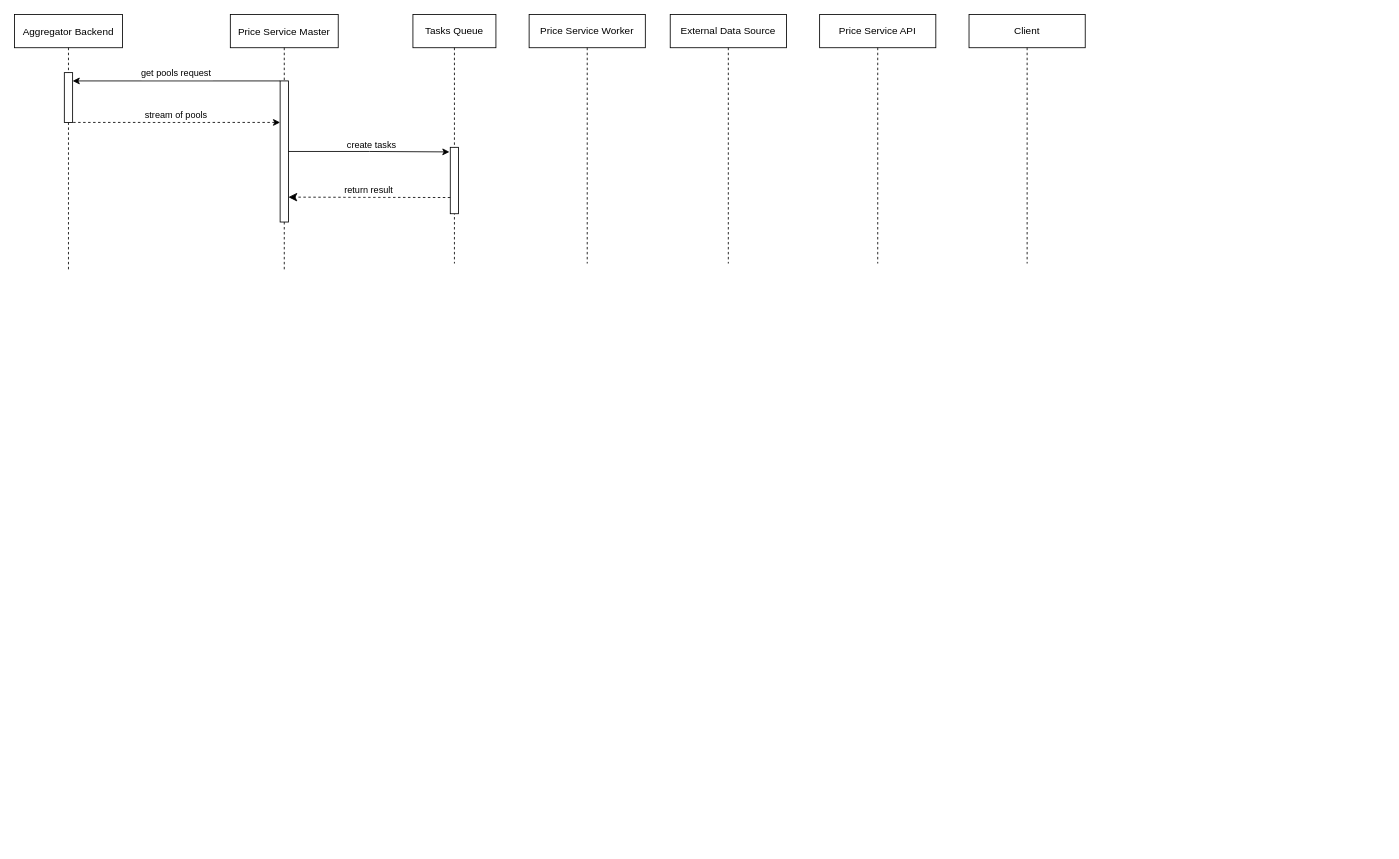
Above: Handle no price sequence diagram.drawio in piavgh/draw.io-data (draw.io), before the change. Source tidied: cells renumbered, new cells numbered last; positions are measured from the earlier drawing's top-left corner, leaving out a move shared by most shapes. Both pictures are drawn from the tidied source at 83%, with x=0, y=0 at pixel (14, 14).
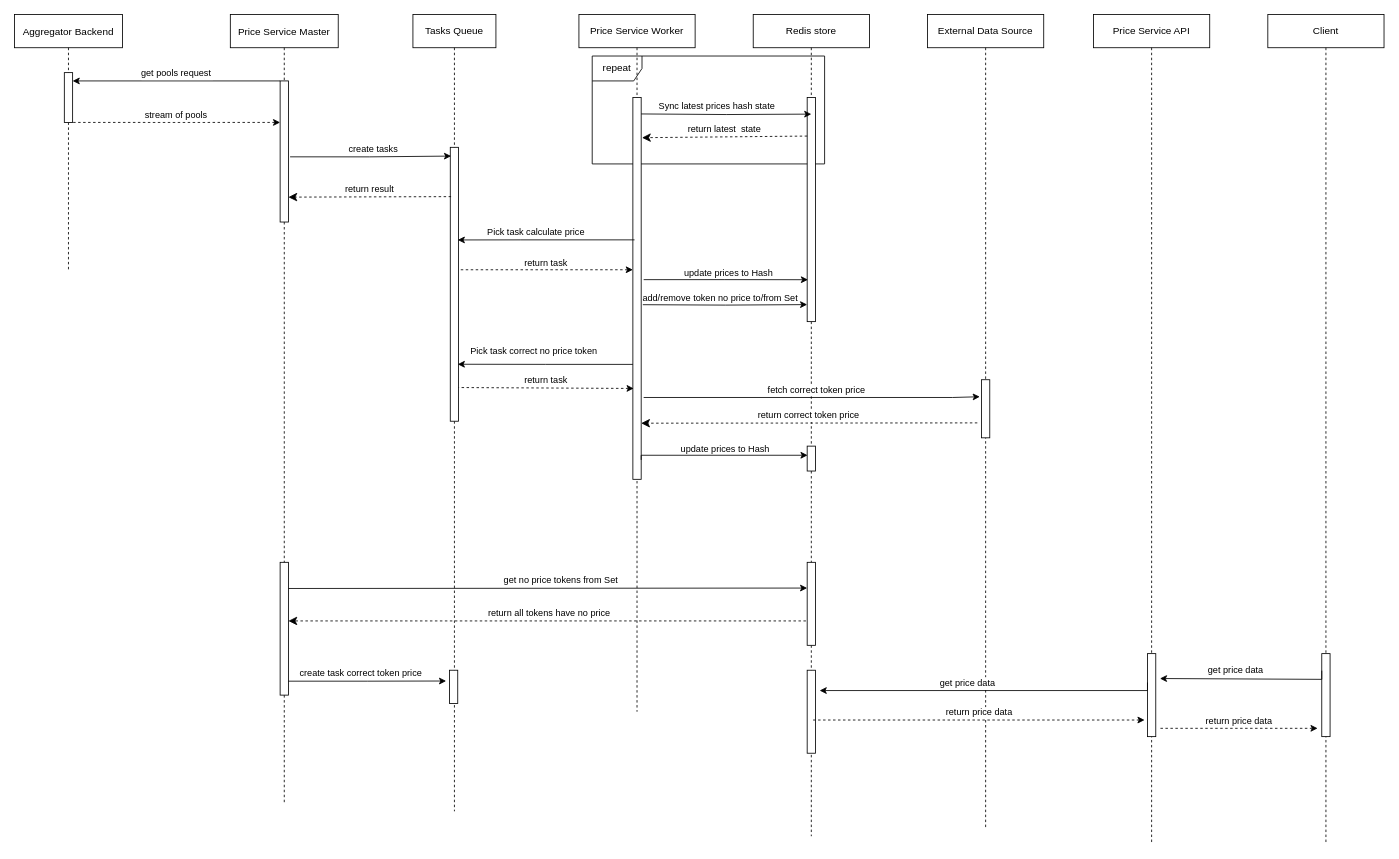
After the change.

Unchanged cells that the change refers to:
```xml
<mxCell id="5" style="points=[];perimeter=orthogonalPerimeter;rounded=0;shadow=0;strokeWidth=1;" parent="4" vertex="1">
  <mxGeometry x="60" y="80" width="10" height="170" as="geometry" />
</mxCell>
```

What changed in the source:
```diff
@@
+    <mxCell id="17" value="repeat" style="shape=umlFrame;whiteSpace=wrap;html=1;" parent="1" vertex="1">
+      <mxGeometry x="696" y="50" width="280" height="130" as="geometry" />
+    </mxCell>
@@
     <mxCell id="4" value="Price Service Master" style="shape=umlLifeline;perimeter=lifelinePerimeter;rounded=0;shadow=0;strokeWidth=1;" parent="1" vertex="1">
-      <mxGeometry x="260" width="130" height="310" as="geometry" />
+      <mxGeometry x="260" width="130" height="950" as="geometry" />
     </mxCell>
@@
+    <mxCell id="18" style="html=1;points=[];perimeter=orthogonalPerimeter;" parent="4" vertex="1">
+      <mxGeometry x="60" y="660" width="10" height="160" as="geometry" />
+    </mxCell>
@@
     <mxCell id="8" value="Tasks Queue" style="shape=umlLifeline;perimeter=lifelinePerimeter;whiteSpace=wrap;html=1;" parent="1" vertex="1">
-      <mxGeometry x="480" width="100" height="300" as="geometry" />
+      <mxGeometry x="480" width="100" height="960" as="geometry" />
     </mxCell>
     <mxCell id="9" style="html=1;points=[];perimeter=orthogonalPerimeter;" parent="8" vertex="1">
-      <mxGeometry x="45" y="160" width="10" height="80" as="geometry" />
+      <mxGeometry x="45" y="160" width="10" height="330" as="geometry" />
     </mxCell>
+    <mxCell id="19" value="return all tokens have no price" style="verticalAlign=bottom;endArrow=classic;dashed=1;endSize=8;shadow=0;strokeWidth=1;startArrow=none;startFill=0;endFill=1;" parent="8" edge="1" source="27">
+      <mxGeometry relative="1" as="geometry">
+        <mxPoint x="-150" y="730.6" as="targetPoint" />
+      </mxGeometry>
+    </mxCell>
     <mxCell id="10" value="Price Service Worker" style="shape=umlLifeline;perimeter=lifelinePerimeter;whiteSpace=wrap;html=1;" parent="1" vertex="1">
-      <mxGeometry x="620" width="140" height="300" as="geometry" />
+      <mxGeometry x="680" width="140" height="840" as="geometry" />
     </mxCell>
+    <mxCell id="20" style="html=1;points=[];perimeter=orthogonalPerimeter;" parent="10" vertex="1">
+      <mxGeometry x="65" y="100" width="10" height="460" as="geometry" />
+    </mxCell>
     <mxCell id="11" value="Price Service API" style="shape=umlLifeline;perimeter=lifelinePerimeter;whiteSpace=wrap;html=1;" parent="1" vertex="1">
-      <mxGeometry x="970" width="140" height="300" as="geometry" />
+      <mxGeometry x="1300" width="140" height="1000" as="geometry" />
     </mxCell>
+    <mxCell id="21" style="html=1;perimeter=orthogonalPerimeter;" parent="11" vertex="1">
+      <mxGeometry x="65" y="770" width="10" height="100" as="geometry" />
+    </mxCell>
     <mxCell id="12" value="External Data Source" style="shape=umlLifeline;perimeter=lifelinePerimeter;whiteSpace=wrap;html=1;" parent="1" vertex="1">
-      <mxGeometry x="790" width="140" height="300" as="geometry" />
+      <mxGeometry x="1100" width="140" height="980" as="geometry" />
     </mxCell>
+    <mxCell id="22" style="html=1;perimeter=orthogonalPerimeter;" parent="12" vertex="1">
+      <mxGeometry x="65" y="440" width="10" height="70" as="geometry" />
+    </mxCell>
+    <mxCell id="23" value="get price data" style="edgeStyle=orthogonalEdgeStyle;rounded=0;jettySize=auto;html=1;startArrow=none;startFill=0;endArrow=classic;endFill=1;exitX=0;exitY=0.205;exitDx=0;exitDy=0;exitPerimeter=0;entryX=1.5;entryY=0.245;entryDx=0;entryDy=0;entryPerimeter=0;" parent="12" edge="1" target="31">
+      <mxGeometry x="0.12" y="-10" relative="1" as="geometry">
+        <mxPoint x="265" y="804.8" as="sourcePoint" />
+        <Array as="points">
+          <mxPoint x="265" y="815" />
+        </Array>
+      </mxGeometry>
+    </mxCell>
     <mxCell id="13" value="Client" style="shape=umlLifeline;perimeter=lifelinePerimeter;whiteSpace=wrap;html=1;" parent="1" vertex="1">
-      <mxGeometry x="1150" width="140" height="300" as="geometry" />
+      <mxGeometry x="1510" width="140" height="1000" as="geometry" />
     </mxCell>
+    <mxCell id="24" style="html=1;points=[];perimeter=orthogonalPerimeter;" parent="13" vertex="1">
+      <mxGeometry x="65" y="770" width="10" height="100" as="geometry" />
+    </mxCell>
-    <mxCell id="14" style="edgeStyle=orthogonalEdgeStyle;rounded=0;jettySize=auto;html=1;entryX=-0.1;entryY=0.069;entryDx=0;entryDy=0;entryPerimeter=0;startArrow=none;startFill=0;endArrow=classic;endFill=1;" parent="1" edge="1" source="5" target="9">
+    <mxCell id="14" style="edgeStyle=orthogonalEdgeStyle;rounded=0;jettySize=auto;html=1;entryX=0.1;entryY=0.032;entryDx=0;entryDy=0;entryPerimeter=0;startArrow=none;startFill=0;endArrow=classic;endFill=1;exitX=1.2;exitY=0.538;exitDx=0;exitDy=0;exitPerimeter=0;" parent="1" edge="1" source="5" target="9">
       <mxGeometry relative="1" as="geometry" />
     </mxCell>
@@
-    <mxCell id="16" value="return result" style="verticalAlign=bottom;endArrow=classic;dashed=1;endSize=8;shadow=0;strokeWidth=1;startArrow=none;startFill=0;endFill=1;exitX=0;exitY=0.756;exitDx=0;exitDy=0;exitPerimeter=0;" parent="1" edge="1" source="9">
+    <mxCell id="16" value="return result" style="verticalAlign=bottom;endArrow=classic;dashed=1;endSize=8;shadow=0;strokeWidth=1;startArrow=none;startFill=0;endFill=1;exitX=0.1;exitY=0.18;exitDx=0;exitDy=0;exitPerimeter=0;" parent="1" edge="1" source="9">
       <mxGeometry relative="1" as="geometry">
         <mxPoint x="330" y="220" as="targetPoint" />
       </mxGeometry>
     </mxCell>
+    <mxCell id="25" value="Pick task calculate price" style="edgeStyle=orthogonalEdgeStyle;rounded=0;orthogonalLoop=1;jettySize=auto;html=1;startArrow=none;startFill=0;endArrow=classic;endFill=1;exitX=0.2;exitY=0.157;exitDx=0;exitDy=0;exitPerimeter=0;entryX=0.9;entryY=0.042;entryDx=0;entryDy=0;entryPerimeter=0;" parent="1" edge="1">
+      <mxGeometry x="0.12" y="-10" relative="1" as="geometry">
+        <mxPoint x="747" y="271.5" as="sourcePoint" />
+        <mxPoint x="534" y="271.6" as="targetPoint" />
+        <Array as="points">
+          <mxPoint x="610" y="272" />
+          <mxPoint x="610" y="272" />
+        </Array>
+      </mxGeometry>
+    </mxCell>
+    <mxCell id="26" value="return task" style="html=1;verticalAlign=bottom;endArrow=none;dashed=1;endSize=8;rounded=0;endFill=0;startArrow=classic;startFill=1;entryX=1.1;entryY=0.669;entryDx=0;entryDy=0;entryPerimeter=0;" parent="1" edge="1">
+      <mxGeometry relative="1" as="geometry">
+        <mxPoint x="745" y="307.5" as="sourcePoint" />
+        <mxPoint x="536" y="307.5" as="targetPoint" />
+      </mxGeometry>
+    </mxCell>
+    <mxCell id="27" value="Redis store" style="shape=umlLifeline;perimeter=lifelinePerimeter;whiteSpace=wrap;html=1;outlineConnect=0;" parent="1" vertex="1">
+      <mxGeometry x="890" width="140" height="990" as="geometry" />
+    </mxCell>
+    <mxCell id="28" style="html=1;points=[];perimeter=orthogonalPerimeter;" parent="27" vertex="1">
+      <mxGeometry x="65" y="100" width="10" height="270" as="geometry" />
+    </mxCell>
+    <mxCell id="29" style="html=1;perimeter=orthogonalPerimeter;" parent="27" vertex="1">
+      <mxGeometry x="65" y="520" width="10" height="30" as="geometry" />
+    </mxCell>
+    <mxCell id="30" style="html=1;perimeter=orthogonalPerimeter;" parent="27" vertex="1">
+      <mxGeometry x="65" y="660" width="10" height="100" as="geometry" />
+    </mxCell>
+    <mxCell id="31" style="html=1;points=[];perimeter=orthogonalPerimeter;" parent="27" vertex="1">
+      <mxGeometry x="65" y="790" width="10" height="100" as="geometry" />
+    </mxCell>
+    <mxCell id="32" value="Sync latest prices hash state" style="edgeStyle=orthogonalEdgeStyle;rounded=0;jettySize=auto;html=1;startArrow=classic;startFill=1;endArrow=none;endFill=0;entryX=1;entryY=0.043;entryDx=0;entryDy=0;entryPerimeter=0;" parent="1" edge="1" target="20">
+      <mxGeometry x="0.12" y="-10" relative="1" as="geometry">
+        <mxPoint x="960" y="120" as="sourcePoint" />
+      </mxGeometry>
+    </mxCell>
+    <mxCell id="33" value="return latest&amp;nbsp; state" style="html=1;verticalAlign=bottom;endArrow=classic;dashed=1;endSize=8;rounded=0;endFill=1;startArrow=none;startFill=0;entryX=1.1;entryY=0.094;entryDx=0;entryDy=0;entryPerimeter=0;exitX=0;exitY=0.172;exitDx=0;exitDy=0;exitPerimeter=0;" parent="1" edge="1" source="28">
+      <mxGeometry relative="1" as="geometry">
+        <mxPoint x="756" y="148.4" as="targetPoint" />
+      </mxGeometry>
+    </mxCell>
+    <mxCell id="34" value="return task" style="html=1;verticalAlign=bottom;endArrow=none;dashed=1;endSize=8;rounded=0;endFill=0;startArrow=classic;startFill=1;entryX=1;entryY=0.877;entryDx=0;entryDy=0;entryPerimeter=0;exitX=0.1;exitY=0.762;exitDx=0;exitDy=0;exitPerimeter=0;" parent="1" edge="1" source="20" target="9">
+      <mxGeometry relative="1" as="geometry" />
+    </mxCell>
+    <mxCell id="35" style="edgeStyle=orthogonalEdgeStyle;rounded=0;jettySize=auto;html=1;entryX=0.1;entryY=0.813;entryDx=0;entryDy=0;entryPerimeter=0;startArrow=none;startFill=0;endArrow=classic;endFill=1;exitX=1.3;exitY=0.477;exitDx=0;exitDy=0;exitPerimeter=0;" parent="1" edge="1" source="20" target="28">
+      <mxGeometry relative="1" as="geometry" />
+    </mxCell>
+    <mxCell id="36" value="update prices to Hash" style="edgeLabel;html=1;align=center;verticalAlign=middle;" parent="35" vertex="1">
+      <mxGeometry x="0.11" y="3" relative="1" as="geometry">
+        <mxPoint x="-8" y="-6" as="offset" />
+      </mxGeometry>
+    </mxCell>
+    <mxCell id="37" style="edgeStyle=orthogonalEdgeStyle;rounded=0;jettySize=auto;html=1;entryX=0;entryY=0.924;entryDx=0;entryDy=0;entryPerimeter=0;startArrow=none;startFill=0;endArrow=classic;endFill=1;exitX=1.2;exitY=0.599;exitDx=0;exitDy=0;exitPerimeter=0;" parent="1" edge="1" target="28">
+      <mxGeometry relative="1" as="geometry">
+        <mxPoint x="757" y="349.6" as="sourcePoint" />
+      </mxGeometry>
+    </mxCell>
+    <mxCell id="38" value="add/remove token no price to/from Set" style="edgeLabel;html=1;align=center;verticalAlign=middle;" parent="37" vertex="1">
+      <mxGeometry x="0.11" y="3" relative="1" as="geometry">
+        <mxPoint x="-17" y="-5" as="offset" />
+      </mxGeometry>
+    </mxCell>
+    <mxCell id="39" value="Pick task correct no price token&amp;nbsp;" style="edgeStyle=orthogonalEdgeStyle;rounded=0;jettySize=auto;html=1;startArrow=none;startFill=0;endArrow=classic;endFill=1;entryX=0.9;entryY=0.792;entryDx=0;entryDy=0;entryPerimeter=0;exitX=0;exitY=0.699;exitDx=0;exitDy=0;exitPerimeter=0;" parent="1" edge="1" source="20" target="9">
+      <mxGeometry x="0.12" y="-16" relative="1" as="geometry" />
+    </mxCell>
+    <mxCell id="40" style="edgeStyle=orthogonalEdgeStyle;rounded=0;orthogonalLoop=1;jettySize=auto;html=1;startArrow=none;startFill=0;endArrow=classic;endFill=1;exitX=1.3;exitY=0.766;exitDx=0;exitDy=0;exitPerimeter=0;entryX=-0.2;entryY=0.415;entryDx=0;entryDy=0;entryPerimeter=0;" parent="1" edge="1">
+      <mxGeometry relative="1" as="geometry">
+        <mxPoint x="758" y="461.4" as="sourcePoint" />
+        <mxPoint x="1163" y="460.5" as="targetPoint" />
+        <Array as="points">
+          <mxPoint x="1130" y="461" />
+        </Array>
+      </mxGeometry>
+    </mxCell>
+    <mxCell id="41" value="fetch correct token price" style="edgeLabel;html=1;align=center;verticalAlign=middle;" parent="40" vertex="1">
+      <mxGeometry x="0.11" y="3" relative="1" as="geometry">
+        <mxPoint x="-18" y="-7" as="offset" />
+      </mxGeometry>
+    </mxCell>
+    <mxCell id="42" value="return correct token price" style="verticalAlign=bottom;endArrow=classic;dashed=1;endSize=8;shadow=0;strokeWidth=1;startArrow=none;startFill=0;endFill=1;entryX=1;entryY=0.853;entryDx=0;entryDy=0;entryPerimeter=0;" parent="1" edge="1" target="20">
+      <mxGeometry relative="1" as="geometry">
+        <mxPoint x="1160" y="492" as="sourcePoint" />
+      </mxGeometry>
+    </mxCell>
+    <mxCell id="43" style="edgeStyle=orthogonalEdgeStyle;rounded=0;orthogonalLoop=1;jettySize=auto;html=1;startArrow=none;startFill=0;endArrow=classic;endFill=1;exitX=1.4;exitY=0.947;exitDx=0;exitDy=0;exitPerimeter=0;" parent="1" edge="1">
+      <mxGeometry relative="1" as="geometry">
+        <mxPoint x="755" y="536.6" as="sourcePoint" />
+        <mxPoint x="955.5" y="531" as="targetPoint" />
+        <Array as="points">
+          <mxPoint x="755" y="531" />
+        </Array>
+      </mxGeometry>
+    </mxCell>
+    <mxCell id="44" value="update prices to Hash" style="edgeLabel;html=1;align=center;verticalAlign=middle;" parent="43" vertex="1">
+      <mxGeometry x="0.11" y="3" relative="1" as="geometry">
+        <mxPoint x="-8" y="-6" as="offset" />
+      </mxGeometry>
+    </mxCell>
+    <mxCell id="45" style="edgeStyle=orthogonalEdgeStyle;rounded=0;jettySize=auto;html=1;startArrow=none;startFill=0;endArrow=classic;endFill=1;exitX=1;exitY=0.197;exitDx=0;exitDy=0;exitPerimeter=0;" parent="1" edge="1" source="18">
+      <mxGeometry relative="1" as="geometry">
+        <mxPoint x="955" y="691" as="targetPoint" />
+      </mxGeometry>
+    </mxCell>
+    <mxCell id="46" value="get no price tokens from Set" style="edgeLabel;html=1;align=center;verticalAlign=middle;" parent="45" vertex="1">
+      <mxGeometry x="0.11" y="3" relative="1" as="geometry">
+        <mxPoint x="-19" y="-8" as="offset" />
+      </mxGeometry>
+    </mxCell>
+    <mxCell id="47" style="html=1;perimeter=orthogonalPerimeter;" parent="1" vertex="1">
+      <mxGeometry x="524" y="790" width="10" height="40" as="geometry" />
+    </mxCell>
+    <mxCell id="48" style="edgeStyle=orthogonalEdgeStyle;rounded=0;jettySize=auto;html=1;startArrow=none;startFill=0;endArrow=classic;endFill=1;exitX=1;exitY=0.895;exitDx=0;exitDy=0;exitPerimeter=0;" parent="1" edge="1" source="18">
+      <mxGeometry relative="1" as="geometry">
+        <mxPoint x="520" y="803" as="targetPoint" />
+      </mxGeometry>
+    </mxCell>
+    <mxCell id="49" value="create task correct token price" style="edgeLabel;html=1;align=center;verticalAlign=middle;" parent="48" vertex="1">
+      <mxGeometry x="0.11" y="3" relative="1" as="geometry">
+        <mxPoint x="-19" y="-8" as="offset" />
+      </mxGeometry>
+    </mxCell>
+    <mxCell id="50" value="get price data" style="edgeStyle=orthogonalEdgeStyle;rounded=0;jettySize=auto;html=1;startArrow=none;startFill=0;endArrow=classic;endFill=1;exitX=0;exitY=0.205;exitDx=0;exitDy=0;exitPerimeter=0;" parent="1" edge="1" source="24">
+      <mxGeometry x="0.12" y="-10" relative="1" as="geometry">
+        <mxPoint x="1380" y="800" as="targetPoint" />
+        <Array as="points">
+          <mxPoint x="1575" y="801" />
+        </Array>
+      </mxGeometry>
+    </mxCell>
+    <mxCell id="51" value="return price data" style="html=1;verticalAlign=bottom;endArrow=none;dashed=1;endSize=8;rounded=0;endFill=0;startArrow=classic;startFill=1;entryX=1.1;entryY=0.669;entryDx=0;entryDy=0;entryPerimeter=0;" parent="1" edge="1">
+      <mxGeometry relative="1" as="geometry">
+        <mxPoint x="1361.5" y="850" as="sourcePoint" />
+        <mxPoint x="962" y="850" as="targetPoint" />
+      </mxGeometry>
+    </mxCell>
+    <mxCell id="52" value="return price data" style="html=1;verticalAlign=bottom;endArrow=none;dashed=1;endSize=8;rounded=0;endFill=0;startArrow=classic;startFill=1;entryX=1.1;entryY=0.669;entryDx=0;entryDy=0;entryPerimeter=0;" parent="1" edge="1">
+      <mxGeometry relative="1" as="geometry">
+        <mxPoint x="1570" y="860" as="sourcePoint" />
+        <mxPoint x="1380.2" y="860" as="targetPoint" />
+      </mxGeometry>
+    </mxCell>
```
